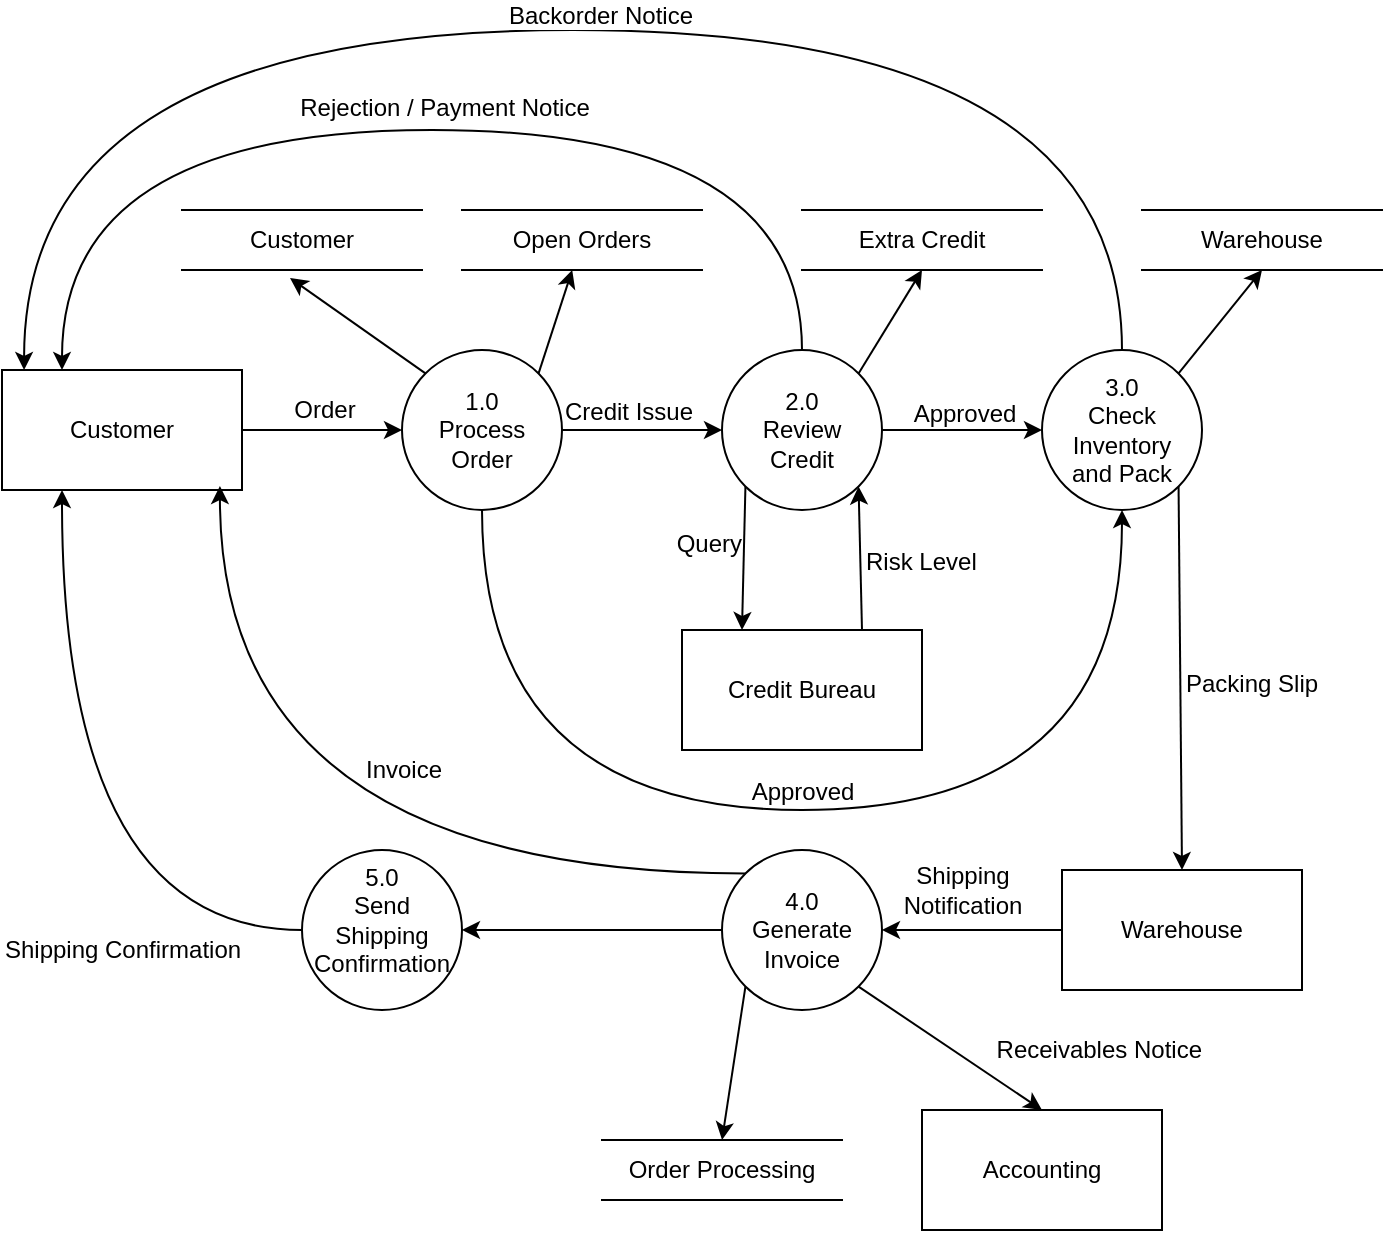
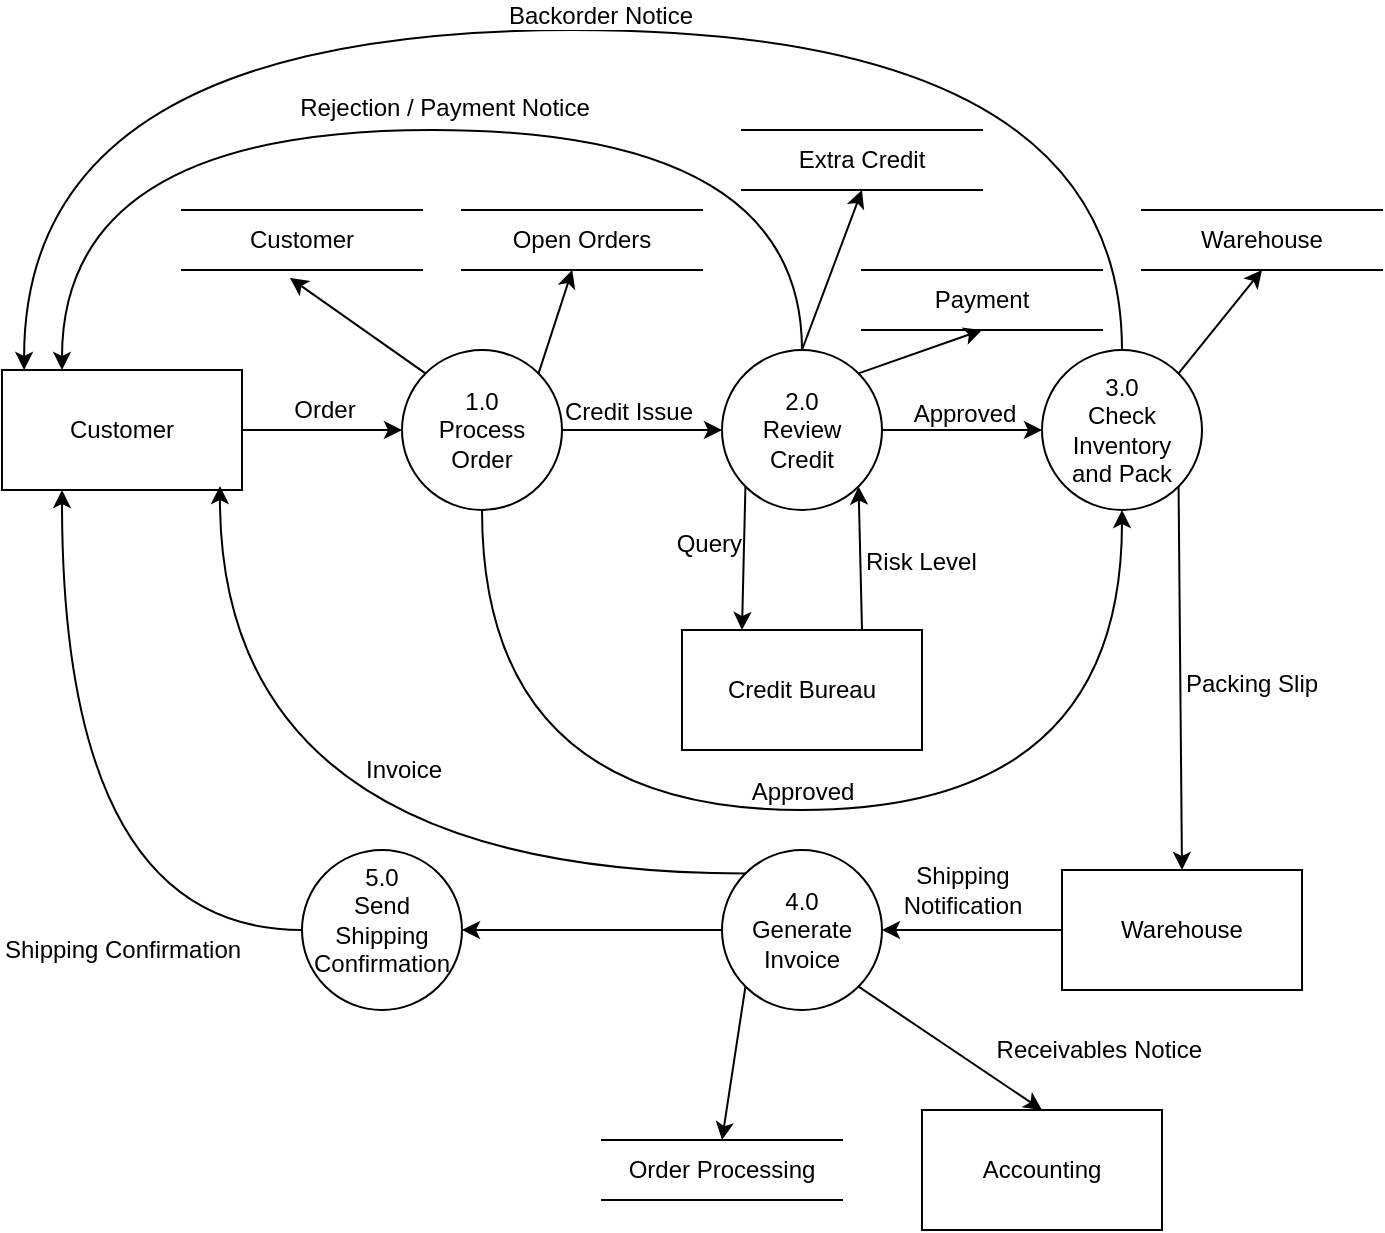
<mxfile host="app.diagrams.net" agent="Mozilla/5.0 (Macintosh; Intel Mac OS X 10_15_7) AppleWebKit/605.1.15 (KHTML, like Gecko) Version/18.5 Safari/605.1.15">
  <diagram name="Sivu-1" id="YWAFZ0CTFEz7q2giM9Zv">
    <mxGraphModel dx="934" dy="629" grid="1" gridSize="10" guides="1" tooltips="1" connect="1" arrows="1" fold="1" page="1" pageScale="1" pageWidth="827" pageHeight="1169" math="0" shadow="0">
      <root>
        <mxCell id="0" />
        <mxCell id="1" parent="0" />
        <mxCell id="o6f3mw0QpFmuyIw5XCpY-5" edge="1" parent="1" source="o6f3mw0QpFmuyIw5XCpY-2" style="edgeStyle=orthogonalEdgeStyle;rounded=0;orthogonalLoop=1;jettySize=auto;html=1;exitX=1;exitY=0.5;exitDx=0;exitDy=0;entryX=0;entryY=0.5;entryDx=0;entryDy=0;" target="o6f3mw0QpFmuyIw5XCpY-4">
          <mxGeometry relative="1" as="geometry" />
        </mxCell>
        <mxCell id="o6f3mw0QpFmuyIw5XCpY-6" connectable="0" parent="o6f3mw0QpFmuyIw5XCpY-5" style="edgeLabel;html=1;align=center;verticalAlign=bottom;resizable=0;points=[];labelPosition=center;verticalLabelPosition=top;" value="&lt;font style=&quot;font-size: 12px;&quot;&gt;Order&lt;/font&gt;" vertex="1">
          <mxGeometry relative="1" x="0.0222" y="2" as="geometry">
            <mxPoint as="offset" />
          </mxGeometry>
        </mxCell>
        <mxCell id="o6f3mw0QpFmuyIw5XCpY-2" parent="1" style="rounded=0;whiteSpace=wrap;html=1;" value="Customer" vertex="1">
          <mxGeometry height="60" width="120" x="40" y="250" as="geometry" />
        </mxCell>
        <mxCell id="o6f3mw0QpFmuyIw5XCpY-8" edge="1" parent="1" source="o6f3mw0QpFmuyIw5XCpY-4" style="edgeStyle=orthogonalEdgeStyle;rounded=0;orthogonalLoop=1;jettySize=auto;html=1;entryX=0;entryY=0.5;entryDx=0;entryDy=0;" target="o6f3mw0QpFmuyIw5XCpY-7">
          <mxGeometry relative="1" as="geometry" />
        </mxCell>
        <mxCell id="o6f3mw0QpFmuyIw5XCpY-9" connectable="0" parent="o6f3mw0QpFmuyIw5XCpY-8" style="edgeLabel;html=1;align=center;verticalAlign=bottom;resizable=0;points=[];labelPosition=center;verticalLabelPosition=top;" value="&lt;font style=&quot;font-size: 12px;&quot;&gt;Credit Issue&lt;/font&gt;" vertex="1">
          <mxGeometry relative="1" x="-0.175" y="1" as="geometry">
            <mxPoint as="offset" />
          </mxGeometry>
        </mxCell>
        <mxCell id="o6f3mw0QpFmuyIw5XCpY-20" edge="1" parent="1" source="o6f3mw0QpFmuyIw5XCpY-4" style="rounded=0;orthogonalLoop=1;jettySize=auto;html=1;exitX=1;exitY=0;exitDx=0;exitDy=0;" target="o6f3mw0QpFmuyIw5XCpY-18">
          <mxGeometry relative="1" as="geometry" />
        </mxCell>
        <mxCell id="o6f3mw0QpFmuyIw5XCpY-36" edge="1" parent="1" source="o6f3mw0QpFmuyIw5XCpY-4" style="edgeStyle=orthogonalEdgeStyle;rounded=0;orthogonalLoop=1;jettySize=auto;html=1;exitX=0.5;exitY=1;exitDx=0;exitDy=0;entryX=0.5;entryY=1;entryDx=0;entryDy=0;curved=1;labelPosition=center;verticalLabelPosition=top;align=center;verticalAlign=bottom;" target="o6f3mw0QpFmuyIw5XCpY-21" value="&lt;font style=&quot;font-size: 12px;&quot;&gt;Approved&lt;/font&gt;">
          <mxGeometry relative="1" as="geometry">
            <Array as="points">
              <mxPoint x="280" y="470" />
              <mxPoint x="600" y="470" />
            </Array>
          </mxGeometry>
        </mxCell>
        <mxCell id="o6f3mw0QpFmuyIw5XCpY-4" parent="1" style="ellipse;whiteSpace=wrap;html=1;aspect=fixed;" value="&lt;div&gt;1.0&lt;/div&gt;Process&lt;div&gt;Order&lt;/div&gt;" vertex="1">
          <mxGeometry height="80" width="80" x="240" y="240" as="geometry" />
        </mxCell>
        <mxCell id="o6f3mw0QpFmuyIw5XCpY-22" edge="1" parent="1" source="o6f3mw0QpFmuyIw5XCpY-7" style="edgeStyle=orthogonalEdgeStyle;rounded=0;orthogonalLoop=1;jettySize=auto;html=1;entryX=0;entryY=0.5;entryDx=0;entryDy=0;" target="o6f3mw0QpFmuyIw5XCpY-21">
          <mxGeometry relative="1" as="geometry" />
        </mxCell>
        <mxCell id="o6f3mw0QpFmuyIw5XCpY-23" connectable="0" parent="o6f3mw0QpFmuyIw5XCpY-22" style="edgeLabel;html=1;align=center;verticalAlign=bottom;resizable=0;points=[];labelPosition=center;verticalLabelPosition=top;" value="&lt;font style=&quot;font-size: 12px;&quot;&gt;Approved&lt;/font&gt;" vertex="1">
          <mxGeometry relative="1" x="0.025" as="geometry">
            <mxPoint as="offset" />
          </mxGeometry>
        </mxCell>
        <mxCell id="o6f3mw0QpFmuyIw5XCpY-24" edge="1" parent="1" source="o6f3mw0QpFmuyIw5XCpY-7" style="edgeStyle=orthogonalEdgeStyle;rounded=0;orthogonalLoop=1;jettySize=auto;html=1;exitX=0.5;exitY=0;exitDx=0;exitDy=0;entryX=0.25;entryY=0;entryDx=0;entryDy=0;curved=1;" target="o6f3mw0QpFmuyIw5XCpY-2">
          <mxGeometry relative="1" as="geometry">
            <Array as="points">
              <mxPoint x="440" y="130" />
              <mxPoint x="70" y="130" />
            </Array>
          </mxGeometry>
        </mxCell>
        <mxCell id="o6f3mw0QpFmuyIw5XCpY-25" connectable="0" parent="o6f3mw0QpFmuyIw5XCpY-24" style="edgeLabel;html=1;align=center;verticalAlign=bottom;resizable=0;points=[];labelPosition=center;verticalLabelPosition=top;" value="&lt;font style=&quot;font-size: 12px;&quot;&gt;Rejection / Payment Notice&lt;/font&gt;" vertex="1">
          <mxGeometry relative="1" x="-0.0367" y="-3" as="geometry">
            <mxPoint as="offset" />
          </mxGeometry>
        </mxCell>
-         <mxCell id="o6f3mw0QpFmuyIw5XCpY-26" edge="1" parent="1" source="o6f3mw0QpFmuyIw5XCpY-7" style="rounded=0;orthogonalLoop=1;jettySize=auto;html=1;exitX=1;exitY=0;exitDx=0;exitDy=0;">
+         <mxCell id="o6f3mw0QpFmuyIw5XCpY-26" edge="1" parent="1" source="o6f3mw0QpFmuyIw5XCpY-7" style="rounded=0;orthogonalLoop=1;jettySize=auto;html=1;exitX=0.5;exitY=0;exitDx=0;exitDy=0;entryX=0.5;entryY=1;entryDx=0;entryDy=0;" target="o6f3mw0QpFmuyIw5XCpY-27">
          <mxGeometry relative="1" as="geometry">
            <mxPoint x="500" y="200" as="targetPoint" />
          </mxGeometry>
        </mxCell>
        <mxCell id="o6f3mw0QpFmuyIw5XCpY-33" edge="1" parent="1" source="o6f3mw0QpFmuyIw5XCpY-7" style="rounded=0;orthogonalLoop=1;jettySize=auto;html=1;exitX=0;exitY=1;exitDx=0;exitDy=0;entryX=0.25;entryY=0;entryDx=0;entryDy=0;" target="o6f3mw0QpFmuyIw5XCpY-31">
          <mxGeometry relative="1" as="geometry" />
        </mxCell>
        <mxCell id="a4zgSL7O-FJ67KBpmrGw-1" connectable="0" parent="o6f3mw0QpFmuyIw5XCpY-33" style="edgeLabel;html=1;align=right;verticalAlign=middle;resizable=0;points=[];labelPosition=left;verticalLabelPosition=middle;" value="&lt;font style=&quot;font-size: 12px;&quot;&gt;Query&lt;/font&gt;" vertex="1">
          <mxGeometry relative="1" x="-0.1985" y="-1" as="geometry">
            <mxPoint as="offset" />
          </mxGeometry>
+         </mxCell>
+         <mxCell id="a4zgSL7O-FJ67KBpmrGw-6" edge="1" parent="1" source="o6f3mw0QpFmuyIw5XCpY-7" style="rounded=0;orthogonalLoop=1;jettySize=auto;html=1;exitX=1;exitY=0;exitDx=0;exitDy=0;entryX=0.5;entryY=1;entryDx=0;entryDy=0;" target="a4zgSL7O-FJ67KBpmrGw-4">
+           <mxGeometry relative="1" as="geometry" />
        </mxCell>
        <mxCell id="o6f3mw0QpFmuyIw5XCpY-7" parent="1" style="ellipse;whiteSpace=wrap;html=1;aspect=fixed;" value="&lt;div&gt;2.0&lt;/div&gt;Review&lt;div&gt;Credit&lt;/div&gt;" vertex="1">
          <mxGeometry height="80" width="80" x="400" y="240" as="geometry" />
        </mxCell>
        <mxCell id="o6f3mw0QpFmuyIw5XCpY-10" parent="1" style="shape=partialRectangle;whiteSpace=wrap;html=1;left=0;right=0;fillColor=none;" value="Customer" vertex="1">
          <mxGeometry height="30" width="120" x="130" y="170" as="geometry" />
        </mxCell>
        <mxCell id="o6f3mw0QpFmuyIw5XCpY-18" parent="1" style="shape=partialRectangle;whiteSpace=wrap;html=1;left=0;right=0;fillColor=none;" value="Open Orders" vertex="1">
          <mxGeometry height="30" width="120" x="270" y="170" as="geometry" />
        </mxCell>
        <mxCell id="o6f3mw0QpFmuyIw5XCpY-19" edge="1" parent="1" source="o6f3mw0QpFmuyIw5XCpY-4" style="rounded=0;orthogonalLoop=1;jettySize=auto;html=1;exitX=0;exitY=0;exitDx=0;exitDy=0;entryX=0.45;entryY=1.133;entryDx=0;entryDy=0;entryPerimeter=0;" target="o6f3mw0QpFmuyIw5XCpY-10">
          <mxGeometry relative="1" as="geometry" />
        </mxCell>
        <mxCell id="o6f3mw0QpFmuyIw5XCpY-38" edge="1" parent="1" source="o6f3mw0QpFmuyIw5XCpY-21" style="rounded=0;orthogonalLoop=1;jettySize=auto;html=1;exitX=1;exitY=1;exitDx=0;exitDy=0;entryX=0.5;entryY=0;entryDx=0;entryDy=0;" target="o6f3mw0QpFmuyIw5XCpY-43">
          <mxGeometry relative="1" as="geometry">
            <mxPoint x="628" y="500" as="targetPoint" />
          </mxGeometry>
        </mxCell>
        <mxCell id="o6f3mw0QpFmuyIw5XCpY-42" connectable="0" parent="o6f3mw0QpFmuyIw5XCpY-38" style="edgeLabel;html=1;align=left;verticalAlign=middle;resizable=0;points=[];labelPosition=right;verticalLabelPosition=middle;" value="&lt;font style=&quot;font-size: 12px;&quot;&gt;Packing Slip&lt;/font&gt;" vertex="1">
          <mxGeometry relative="1" x="-0.0311" y="1" as="geometry">
            <mxPoint y="5" as="offset" />
          </mxGeometry>
        </mxCell>
        <mxCell id="o6f3mw0QpFmuyIw5XCpY-41" edge="1" parent="1" source="o6f3mw0QpFmuyIw5XCpY-21" style="rounded=0;orthogonalLoop=1;jettySize=auto;html=1;exitX=1;exitY=0;exitDx=0;exitDy=0;entryX=0.5;entryY=1;entryDx=0;entryDy=0;" target="o6f3mw0QpFmuyIw5XCpY-40">
          <mxGeometry relative="1" as="geometry" />
        </mxCell>
        <mxCell id="o6f3mw0QpFmuyIw5XCpY-21" parent="1" style="ellipse;whiteSpace=wrap;html=1;aspect=fixed;" value="3.0&lt;div&gt;Check Inventory&lt;/div&gt;&lt;div&gt;and Pack&lt;/div&gt;" vertex="1">
          <mxGeometry height="80" width="80" x="560" y="240" as="geometry" />
        </mxCell>
        <mxCell id="o6f3mw0QpFmuyIw5XCpY-27" parent="1" style="shape=partialRectangle;whiteSpace=wrap;html=1;left=0;right=0;fillColor=none;" value="Extra Credit" vertex="1">
-           <mxGeometry height="30" width="120" x="440" y="170" as="geometry" />
+           <mxGeometry height="30" width="120" x="410" y="130" as="geometry" />
        </mxCell>
        <mxCell id="o6f3mw0QpFmuyIw5XCpY-34" edge="1" parent="1" source="o6f3mw0QpFmuyIw5XCpY-31" style="rounded=0;orthogonalLoop=1;jettySize=auto;html=1;exitX=0.75;exitY=0;exitDx=0;exitDy=0;entryX=1;entryY=1;entryDx=0;entryDy=0;" target="o6f3mw0QpFmuyIw5XCpY-7">
          <mxGeometry relative="1" as="geometry" />
        </mxCell>
        <mxCell id="o6f3mw0QpFmuyIw5XCpY-35" connectable="0" parent="o6f3mw0QpFmuyIw5XCpY-34" style="edgeLabel;html=1;align=left;verticalAlign=middle;resizable=0;points=[];labelPosition=right;verticalLabelPosition=middle;" value="&lt;font style=&quot;font-size: 12px;&quot;&gt;Risk Level&lt;/font&gt;" vertex="1">
          <mxGeometry relative="1" x="-0.0524" y="-1" as="geometry">
            <mxPoint as="offset" />
          </mxGeometry>
        </mxCell>
        <mxCell id="o6f3mw0QpFmuyIw5XCpY-31" parent="1" style="rounded=0;whiteSpace=wrap;html=1;" value="Credit Bureau" vertex="1">
          <mxGeometry height="60" width="120" x="380" y="380" as="geometry" />
        </mxCell>
        <mxCell id="o6f3mw0QpFmuyIw5XCpY-37" edge="1" parent="1" source="o6f3mw0QpFmuyIw5XCpY-21" style="edgeStyle=orthogonalEdgeStyle;rounded=0;orthogonalLoop=1;jettySize=auto;html=1;exitX=0.5;exitY=0;exitDx=0;exitDy=0;entryX=0.092;entryY=0;entryDx=0;entryDy=0;entryPerimeter=0;curved=1;" target="o6f3mw0QpFmuyIw5XCpY-2">
          <mxGeometry relative="1" as="geometry">
            <Array as="points">
              <mxPoint x="600" y="80" />
              <mxPoint x="51" y="80" />
            </Array>
          </mxGeometry>
        </mxCell>
        <mxCell id="o6f3mw0QpFmuyIw5XCpY-47" connectable="0" parent="o6f3mw0QpFmuyIw5XCpY-37" style="edgeLabel;html=1;align=center;verticalAlign=bottom;resizable=0;points=[];labelPosition=center;verticalLabelPosition=top;" value="&lt;font style=&quot;font-size: 12px;&quot;&gt;Backorder Notice&lt;/font&gt;" vertex="1">
          <mxGeometry relative="1" x="-0.0421" y="1" as="geometry">
            <mxPoint as="offset" />
          </mxGeometry>
        </mxCell>
        <mxCell id="o6f3mw0QpFmuyIw5XCpY-40" parent="1" style="shape=partialRectangle;whiteSpace=wrap;html=1;left=0;right=0;fillColor=none;" value="Warehouse" vertex="1">
          <mxGeometry height="30" width="120" x="610" y="170" as="geometry" />
        </mxCell>
        <mxCell id="o6f3mw0QpFmuyIw5XCpY-45" edge="1" parent="1" source="o6f3mw0QpFmuyIw5XCpY-43" style="edgeStyle=orthogonalEdgeStyle;rounded=0;orthogonalLoop=1;jettySize=auto;html=1;exitX=0;exitY=0.5;exitDx=0;exitDy=0;entryX=1;entryY=0.5;entryDx=0;entryDy=0;" target="o6f3mw0QpFmuyIw5XCpY-44">
          <mxGeometry relative="1" as="geometry" />
        </mxCell>
        <mxCell id="o6f3mw0QpFmuyIw5XCpY-46" connectable="0" parent="o6f3mw0QpFmuyIw5XCpY-45" style="edgeLabel;html=1;align=center;verticalAlign=bottom;resizable=0;points=[];labelPosition=center;verticalLabelPosition=top;" value="&lt;font style=&quot;font-size: 12px;&quot;&gt;Shipping&lt;/font&gt;&lt;div&gt;&lt;font style=&quot;font-size: 12px;&quot;&gt;Notification&lt;/font&gt;&lt;/div&gt;" vertex="1">
          <mxGeometry relative="1" x="0.2222" y="-4" as="geometry">
            <mxPoint x="5" as="offset" />
          </mxGeometry>
        </mxCell>
        <mxCell id="o6f3mw0QpFmuyIw5XCpY-43" parent="1" style="rounded=0;whiteSpace=wrap;html=1;" value="Warehouse" vertex="1">
          <mxGeometry height="60" width="120" x="570" y="500" as="geometry" />
        </mxCell>
        <mxCell id="o6f3mw0QpFmuyIw5XCpY-48" edge="1" parent="1" source="o6f3mw0QpFmuyIw5XCpY-44" style="rounded=0;orthogonalLoop=1;jettySize=auto;html=1;exitX=1;exitY=1;exitDx=0;exitDy=0;entryX=0.5;entryY=0;entryDx=0;entryDy=0;" target="o6f3mw0QpFmuyIw5XCpY-49">
          <mxGeometry relative="1" as="geometry">
            <mxPoint x="520" y="600" as="targetPoint" />
          </mxGeometry>
        </mxCell>
        <mxCell id="o6f3mw0QpFmuyIw5XCpY-50" connectable="0" parent="o6f3mw0QpFmuyIw5XCpY-48" style="edgeLabel;html=1;align=right;verticalAlign=middle;resizable=0;points=[];labelPosition=left;verticalLabelPosition=middle;" value="&lt;font style=&quot;font-size: 12px;&quot;&gt;Receivables Notice&lt;/font&gt;" vertex="1">
          <mxGeometry relative="1" x="-0.0535" y="-3" as="geometry">
            <mxPoint x="130" as="offset" />
          </mxGeometry>
        </mxCell>
        <mxCell id="o6f3mw0QpFmuyIw5XCpY-51" edge="1" parent="1" source="o6f3mw0QpFmuyIw5XCpY-44" style="rounded=0;orthogonalLoop=1;jettySize=auto;html=1;exitX=0;exitY=1;exitDx=0;exitDy=0;entryX=0.5;entryY=0;entryDx=0;entryDy=0;" target="o6f3mw0QpFmuyIw5XCpY-52">
          <mxGeometry relative="1" as="geometry">
            <mxPoint x="400" y="620" as="targetPoint" />
          </mxGeometry>
        </mxCell>
        <mxCell id="o6f3mw0QpFmuyIw5XCpY-58" edge="1" parent="1" source="o6f3mw0QpFmuyIw5XCpY-44" style="edgeStyle=orthogonalEdgeStyle;rounded=0;orthogonalLoop=1;jettySize=auto;html=1;" target="o6f3mw0QpFmuyIw5XCpY-57">
          <mxGeometry relative="1" as="geometry" />
        </mxCell>
        <mxCell id="o6f3mw0QpFmuyIw5XCpY-44" parent="1" style="ellipse;whiteSpace=wrap;html=1;aspect=fixed;" value="&lt;div&gt;4.0&lt;/div&gt;Generate&lt;br&gt;&lt;div&gt;Invoice&lt;/div&gt;" vertex="1">
          <mxGeometry height="80" width="80" x="400" y="490" as="geometry" />
        </mxCell>
        <mxCell id="o6f3mw0QpFmuyIw5XCpY-49" parent="1" style="rounded=0;whiteSpace=wrap;html=1;" value="Accounting" vertex="1">
          <mxGeometry height="60" width="120" x="500" y="620" as="geometry" />
        </mxCell>
        <mxCell id="o6f3mw0QpFmuyIw5XCpY-52" parent="1" style="shape=partialRectangle;whiteSpace=wrap;html=1;left=0;right=0;fillColor=none;" value="Order Processing" vertex="1">
          <mxGeometry height="30" width="120" x="340" y="635" as="geometry" />
        </mxCell>
        <mxCell id="o6f3mw0QpFmuyIw5XCpY-55" edge="1" parent="1" source="o6f3mw0QpFmuyIw5XCpY-44" style="edgeStyle=orthogonalEdgeStyle;rounded=0;orthogonalLoop=1;jettySize=auto;html=1;exitX=0;exitY=0;exitDx=0;exitDy=0;entryX=0.908;entryY=0.967;entryDx=0;entryDy=0;entryPerimeter=0;curved=1;" target="o6f3mw0QpFmuyIw5XCpY-2">
          <mxGeometry relative="1" as="geometry" />
        </mxCell>
        <mxCell id="o6f3mw0QpFmuyIw5XCpY-56" connectable="0" parent="o6f3mw0QpFmuyIw5XCpY-55" style="edgeLabel;html=1;align=left;verticalAlign=middle;resizable=0;points=[];labelPosition=right;verticalLabelPosition=middle;" value="&lt;font style=&quot;font-size: 12px;&quot;&gt;Invoice&lt;/font&gt;" vertex="1">
          <mxGeometry relative="1" x="-0.1599" y="-44" as="geometry">
            <mxPoint y="-8" as="offset" />
          </mxGeometry>
        </mxCell>
        <mxCell id="o6f3mw0QpFmuyIw5XCpY-59" edge="1" parent="1" source="o6f3mw0QpFmuyIw5XCpY-57" style="edgeStyle=orthogonalEdgeStyle;rounded=0;orthogonalLoop=1;jettySize=auto;html=1;entryX=0.25;entryY=1;entryDx=0;entryDy=0;curved=1;" target="o6f3mw0QpFmuyIw5XCpY-2">
          <mxGeometry relative="1" as="geometry" />
        </mxCell>
        <mxCell id="o6f3mw0QpFmuyIw5XCpY-60" connectable="0" parent="o6f3mw0QpFmuyIw5XCpY-59" style="edgeLabel;html=1;align=center;verticalAlign=middle;resizable=0;points=[];" value="&lt;font style=&quot;font-size: 12px;&quot;&gt;Shipping Confirmation&lt;/font&gt;" vertex="1">
          <mxGeometry relative="1" x="0.0706" y="-23" as="geometry">
            <mxPoint x="7" y="72" as="offset" />
          </mxGeometry>
        </mxCell>
        <mxCell id="o6f3mw0QpFmuyIw5XCpY-57" parent="1" style="ellipse;whiteSpace=wrap;html=1;aspect=fixed;verticalAlign=top;" value="5.0&lt;div&gt;Send Shipping&lt;/div&gt;&lt;div&gt;Confirmation&lt;/div&gt;" vertex="1">
          <mxGeometry height="80" width="80" x="190" y="490" as="geometry" />
        </mxCell>
+         <mxCell id="a4zgSL7O-FJ67KBpmrGw-4" parent="1" style="shape=partialRectangle;whiteSpace=wrap;html=1;left=0;right=0;fillColor=none;" value="Payment" vertex="1">
+           <mxGeometry height="30" width="120" x="470" y="200" as="geometry" />
+         </mxCell>
      </root>
    </mxGraphModel>
  </diagram>
</mxfile>
